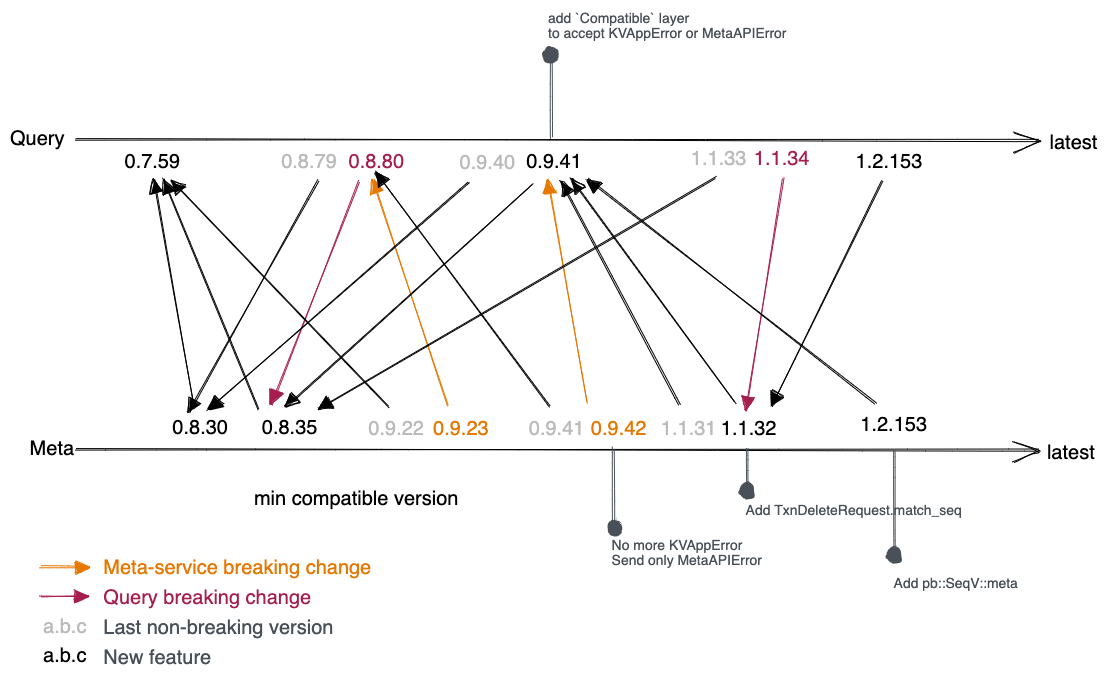
This is docs/public/img/deploy/compatibility.excalidraw.png from databendlabs/databend, a Excalidraw export, as it was before one commit. Source tidied: one line per element, renumbered; positions are measured from the earlier drawing's top-left corner, leaving out a move shared by most shapes.
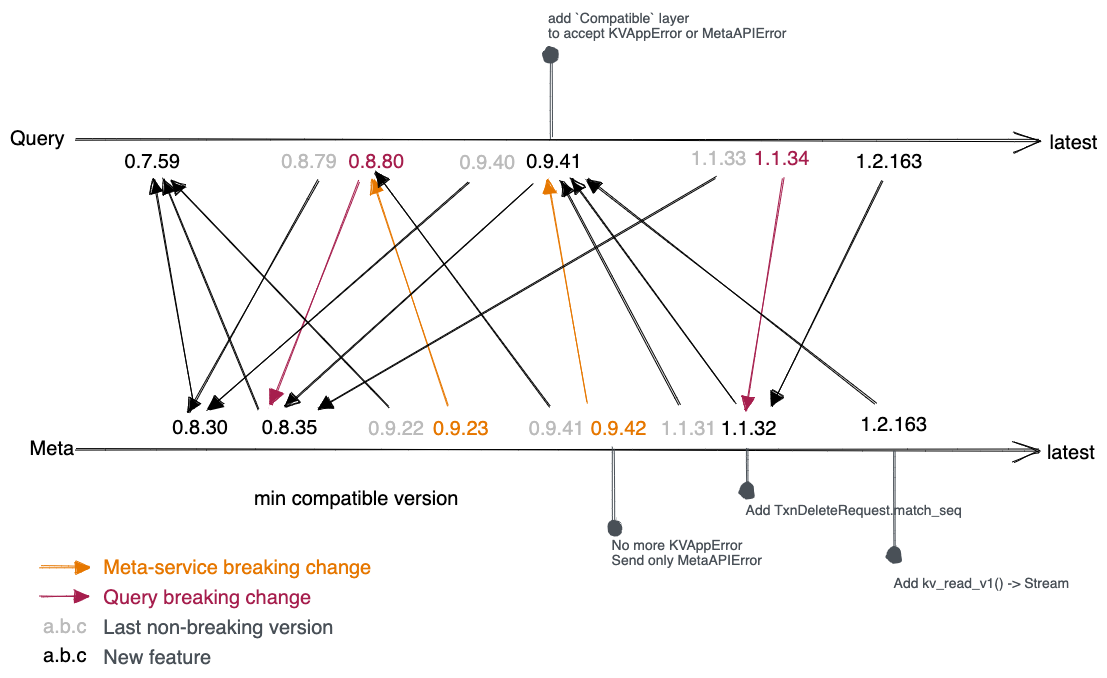
After the commit.

Commit message:
docs: update databend version in which kv_read_v1() -> Stream is added

Diff of the diagram source:
```diff
@@ -48,9 +48,9 @@
 {"id": 47, "type": "text", "text": "0.9.40", "strokeColor": "#bbb", "strokeWidth": 1, "roughness": 1, "fontSize": 20, "fontFamily": 2, "x": 450, "y": 491, "width": 56, "height": 23}
 {"id": 48, "type": "arrow", "strokeColor": "#000000", "backgroundColor": "#ced4da", "fillStyle": "hachure", "strokeWidth": 1, "roughness": 1, "endArrowhead": "triangle", "round": true, "from": 47, "to": 5, "x": 459, "y": 523, "width": 262, "height": 228, "points": [[0, 0], [-262, 228]]}
 {"id": 49, "type": "arrow", "strokeColor": "#000000", "backgroundColor": "#ced4da", "fillStyle": "hachure", "strokeWidth": 1, "roughness": 1, "endArrowhead": "triangle", "round": true, "from": 21, "to": 9, "x": 669, "y": 746, "width": 119, "height": 224, "points": [[0, 0], [-119, -224]]}
-{"id": 50, "type": "text", "text": "1.2.153", "strokeColor": "#000000", "strokeWidth": 1, "roughness": 1, "fontSize": 20, "fontFamily": 2, "x": 850, "y": 754, "width": 67, "height": 23}
+{"id": 50, "type": "text", "text": "1.2.163", "strokeColor": "#000000", "strokeWidth": 1, "roughness": 1, "fontSize": 20, "fontFamily": 2, "x": 850, "y": 754, "width": 67, "height": 23}
-{"id": 51, "type": "text", "text": "1.2.153", "strokeColor": "#000000", "strokeWidth": 1, "roughness": 1, "fontSize": 20, "fontFamily": 2, "x": 846, "y": 490, "width": 67, "height": 23}
+{"id": 51, "type": "text", "text": "1.2.163", "strokeColor": "#000000", "strokeWidth": 1, "roughness": 1, "fontSize": 20, "fontFamily": 2, "x": 846, "y": 490, "width": 67, "height": 23}
 {"id": 52, "type": "arrow", "strokeColor": "#000000", "strokeWidth": 1, "roughness": 1, "endArrowhead": "triangle", "round": true, "from": 51, "to": 20, "x": 872, "y": 522, "width": 111, "height": 225, "points": [[0, 0], [-111, 225]]}
 {"id": 53, "type": "arrow", "strokeColor": "#000000", "strokeWidth": 1, "roughness": 1, "endArrowhead": "triangle", "round": true, "from": 50, "to": 9, "x": 865, "y": 745, "width": 286, "height": 225, "points": [[0, 0], [-286, -225]]}
-{"id": 54, "type": "text", "text": "Add pb::SeqV::meta", "strokeColor": "#495057", "strokeWidth": 1, "roughness": 1, "fontSize": 13.94, "fontFamily": 2, "x": 884, "y": 916, "width": 124, "height": 16}
+{"id": 54, "type": "text", "text": "Add kv_read_v1() -> Stream", "strokeColor": "#495057", "strokeWidth": 1, "roughness": 1, "fontSize": 13.94, "fontFamily": 2, "x": 884, "y": 916, "width": 175, "height": 16}
 {"id": 55, "type": "arrow", "strokeColor": "#495057", "strokeWidth": 1, "roughness": 1, "endArrowhead": "dot", "round": true, "from": 50, "x": 885, "y": 792, "width": 1, "height": 106, "points": [[0, 0], [1, 106]]}
```
